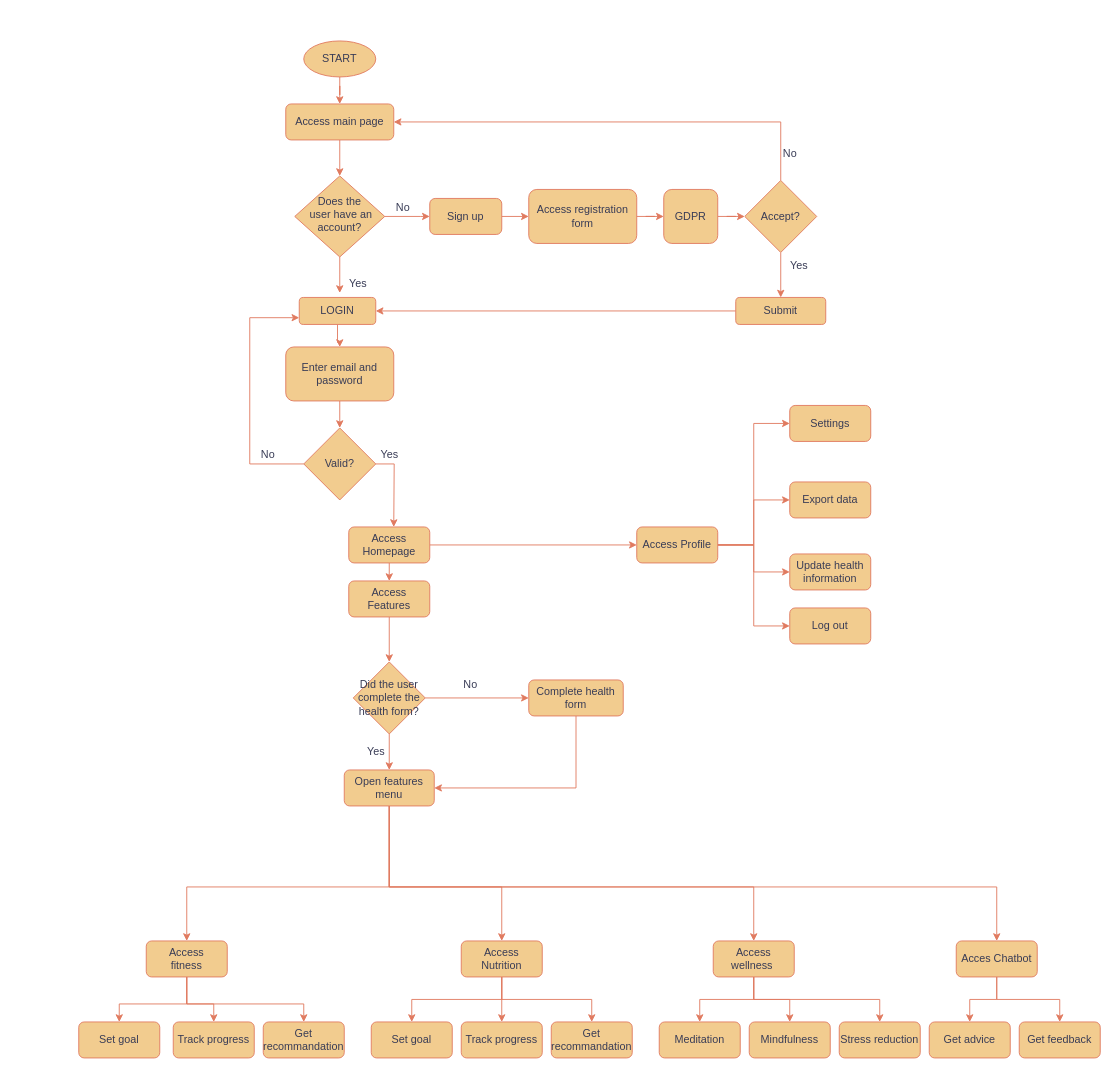
Above: Untitled Diagram.drawio in MihalacheDiana/IP2023 (draw.io), before the change. Source tidied: cells renumbered, new cells numbered last; positions are measured from the earlier drawing's top-left corner, leaving out a move shared by most shapes. Both pictures are drawn from the tidied source at 90%, with x=0, y=0 at pixel (78, 40).
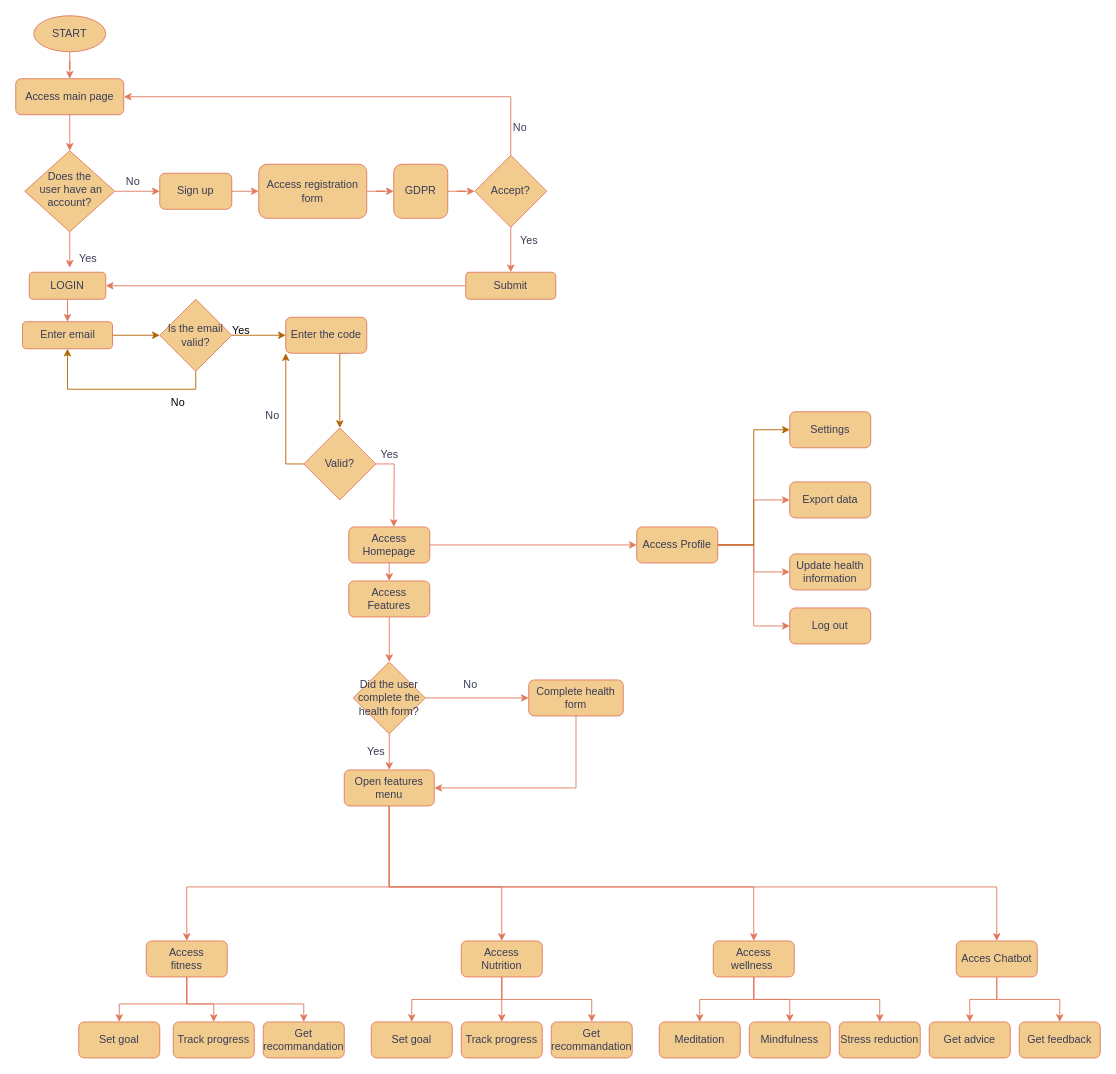
Above is the later version.

Commit message:
User flow M4.drawio

Unchanged cells that the change refers to:
```xml
<mxCell id="23" value="Valid?" style="rhombus;whiteSpace=wrap;html=1;labelBackgroundColor=none;fillColor=#F2CC8F;strokeColor=#E07A5F;fontColor=#393C56;" parent="1" vertex="1">
  <mxGeometry x="250" y="430" width="80" height="80" as="geometry" />
</mxCell>
<mxCell id="39" value="Access Profile" style="rounded=1;whiteSpace=wrap;html=1;labelBackgroundColor=none;fillColor=#F2CC8F;strokeColor=#E07A5F;fontColor=#393C56;" parent="1" vertex="1">
  <mxGeometry x="620" y="540" width="90" height="40" as="geometry" />
</mxCell>
```

The edit, as a diff of the source:
```diff
@@
     <mxCell id="3" value="Access main page" style="rounded=1;whiteSpace=wrap;html=1;fontSize=12;glass=0;strokeWidth=1;shadow=0;labelBackgroundColor=none;fillColor=#F2CC8F;strokeColor=#E07A5F;fontColor=#393C56;" parent="1" vertex="1">
-      <mxGeometry x="230" y="70" width="120" height="40" as="geometry" />
+      <mxGeometry x="-70" y="42" width="120" height="40" as="geometry" />
     </mxCell>
     <mxCell id="4" style="edgeStyle=orthogonalEdgeStyle;rounded=0;jettySize=auto;html=1;labelBackgroundColor=none;strokeColor=#E07A5F;fontColor=default;" parent="1" edge="1" source="6">
       <mxGeometry relative="1" as="geometry">
-        <mxPoint x="290" y="280" as="targetPoint" />
+        <mxPoint x="-10" y="252" as="targetPoint" />
       </mxGeometry>
     </mxCell>
     <mxCell id="5" style="edgeStyle=orthogonalEdgeStyle;rounded=0;jettySize=auto;html=1;labelBackgroundColor=none;strokeColor=#E07A5F;fontColor=default;" parent="1" edge="1" source="6" target="8">
       <mxGeometry relative="1" as="geometry">
         <Array as="points">
-          <mxPoint x="380" y="195" />
-          <mxPoint x="380" y="195" />
+          <mxPoint x="80" y="167" />
+          <mxPoint x="80" y="167" />
         </Array>
       </mxGeometry>
     </mxCell>
     <mxCell id="6" value="Does the&lt;br&gt;&amp;nbsp;user have an account?" style="rhombus;whiteSpace=wrap;html=1;shadow=0;fontFamily=Helvetica;fontSize=12;align=center;strokeWidth=1;spacing=6;spacingTop=-4;labelBackgroundColor=none;fillColor=#F2CC8F;strokeColor=#E07A5F;fontColor=#393C56;" parent="1" vertex="1">
-      <mxGeometry x="240" y="150" width="100" height="90" as="geometry" />
+      <mxGeometry x="-60" y="122" width="100" height="90" as="geometry" />
     </mxCell>
     <mxCell id="7" style="edgeStyle=orthogonalEdgeStyle;rounded=0;jettySize=auto;html=1;labelBackgroundColor=none;strokeColor=#E07A5F;fontColor=default;" parent="1" edge="1" source="8" target="12">
       <mxGeometry relative="1" as="geometry">
         <Array as="points">
-          <mxPoint x="500" y="195" />
-          <mxPoint x="500" y="195" />
+          <mxPoint x="200" y="167" />
+          <mxPoint x="200" y="167" />
         </Array>
       </mxGeometry>
     </mxCell>
     <mxCell id="8" value="Sign up" style="rounded=1;whiteSpace=wrap;html=1;fontSize=12;glass=0;strokeWidth=1;shadow=0;labelBackgroundColor=none;fillColor=#F2CC8F;strokeColor=#E07A5F;fontColor=#393C56;" parent="1" vertex="1">
-      <mxGeometry x="390" y="175" width="80" height="40" as="geometry" />
+      <mxGeometry x="90" y="147" width="80" height="40" as="geometry" />
     </mxCell>
@@
     <mxCell id="10" value="START" style="ellipse;whiteSpace=wrap;html=1;labelBackgroundColor=none;fillColor=#F2CC8F;strokeColor=#E07A5F;fontColor=#393C56;" parent="1" vertex="1">
-      <mxGeometry x="250" width="80" height="40" as="geometry" />
+      <mxGeometry x="-50" y="-28" width="80" height="40" as="geometry" />
     </mxCell>
@@
     <mxCell id="12" value="Access registration form" style="whiteSpace=wrap;html=1;rounded=1;glass=0;strokeWidth=1;shadow=0;labelBackgroundColor=none;fillColor=#F2CC8F;strokeColor=#E07A5F;fontColor=#393C56;" parent="1" vertex="1">
-      <mxGeometry x="500" y="165" width="120" height="60" as="geometry" />
+      <mxGeometry x="200" y="137" width="120" height="60" as="geometry" />
     </mxCell>
     <mxCell id="13" value="No" style="text;html=1;align=center;verticalAlign=middle;strokeColor=none;fillColor=none;labelBackgroundColor=none;fontColor=#393C56;" parent="1" vertex="1">
-      <mxGeometry x="340" y="170" width="40" height="30" as="geometry" />
+      <mxGeometry x="40" y="142" width="40" height="30" as="geometry" />
     </mxCell>
     <mxCell id="14" value="Yes" style="text;html=1;align=center;verticalAlign=middle;strokeColor=none;fillColor=none;labelBackgroundColor=none;fontColor=#393C56;" parent="1" vertex="1">
-      <mxGeometry x="290" y="255" width="40" height="30" as="geometry" />
+      <mxGeometry x="-10" y="227" width="40" height="30" as="geometry" />
     </mxCell>
@@
     <mxCell id="16" value="GDPR" style="whiteSpace=wrap;html=1;rounded=1;glass=0;strokeWidth=1;shadow=0;labelBackgroundColor=none;fillColor=#F2CC8F;strokeColor=#E07A5F;fontColor=#393C56;" parent="1" vertex="1">
-      <mxGeometry x="650" y="165" width="60" height="60" as="geometry" />
+      <mxGeometry x="350" y="137" width="60" height="60" as="geometry" />
     </mxCell>
@@
     <mxCell id="18" value="LOGIN" style="rounded=1;whiteSpace=wrap;html=1;labelBackgroundColor=none;fillColor=#F2CC8F;strokeColor=#E07A5F;fontColor=#393C56;" parent="1" vertex="1">
-      <mxGeometry x="245" y="285" width="85" height="30" as="geometry" />
+      <mxGeometry x="-55" y="257" width="85" height="30" as="geometry" />
     </mxCell>
-    <mxCell id="19" style="edgeStyle=orthogonalEdgeStyle;rounded=0;jettySize=auto;html=1;labelBackgroundColor=none;strokeColor=#E07A5F;fontColor=default;" parent="1" edge="1" source="20">
-      <mxGeometry relative="1" as="geometry">
-        <mxPoint x="290" y="430" as="targetPoint" />
-      </mxGeometry>
-    </mxCell>
+    <mxCell id="87" style="edgeStyle=orthogonalEdgeStyle;rounded=0;jettySize=auto;html=1;exitX=1;exitY=0.5;exitDx=0;exitDy=0;entryX=0;entryY=0.5;entryDx=0;entryDy=0;fillColor=#fad7ac;strokeColor=#b46504;" parent="1" edge="1" source="20" target="91">
+      <mxGeometry relative="1" as="geometry">
+        <Array as="points">
+          <mxPoint x="80" y="327" />
+        </Array>
+      </mxGeometry>
+    </mxCell>
-    <mxCell id="20" value="Enter email and password" style="whiteSpace=wrap;html=1;rounded=1;labelBackgroundColor=none;fillColor=#F2CC8F;strokeColor=#E07A5F;fontColor=#393C56;" parent="1" vertex="1">
-      <mxGeometry x="230" y="340" width="120" height="60" as="geometry" />
+    <mxCell id="20" value="Enter email" style="whiteSpace=wrap;html=1;rounded=1;labelBackgroundColor=none;fillColor=#F2CC8F;strokeColor=#E07A5F;fontColor=#393C56;" parent="1" vertex="1">
+      <mxGeometry x="-62.5" y="312" width="100" height="30" as="geometry" />
     </mxCell>
-    <mxCell id="21" style="edgeStyle=orthogonalEdgeStyle;rounded=0;jettySize=auto;html=1;entryX=0;entryY=0.75;entryDx=0;entryDy=0;labelBackgroundColor=none;strokeColor=#E07A5F;fontColor=default;" parent="1" edge="1" source="23" target="18">
-      <mxGeometry relative="1" as="geometry">
-        <Array as="points">
-          <mxPoint x="190" y="470" />
-          <mxPoint x="190" y="308" />
-        </Array>
-      </mxGeometry>
-    </mxCell>
@@
+    <mxCell id="88" style="edgeStyle=orthogonalEdgeStyle;rounded=0;jettySize=auto;html=1;exitX=0;exitY=0.5;exitDx=0;exitDy=0;entryX=0;entryY=1;entryDx=0;entryDy=0;fillColor=#fad7ac;strokeColor=#b46504;" parent="1" edge="1" source="23" target="93">
+      <mxGeometry relative="1" as="geometry" />
+    </mxCell>
@@
     <mxCell id="24" value="No" style="text;html=1;align=center;verticalAlign=middle;strokeColor=none;fillColor=none;labelBackgroundColor=none;fontColor=#393C56;" parent="1" vertex="1">
-      <mxGeometry x="190" y="445" width="40" height="30" as="geometry" />
+      <mxGeometry x="195" y="402" width="40" height="30" as="geometry" />
     </mxCell>
@@
     <mxCell id="26" style="edgeStyle=orthogonalEdgeStyle;rounded=0;jettySize=auto;html=1;exitX=0.5;exitY=0;exitDx=0;exitDy=0;entryX=1;entryY=0.5;entryDx=0;entryDy=0;labelBackgroundColor=none;strokeColor=#E07A5F;fontColor=default;" parent="1" edge="1" source="28" target="3">
       <mxGeometry relative="1" as="geometry">
         <Array as="points">
-          <mxPoint x="780" y="90" />
+          <mxPoint x="480" y="62" />
         </Array>
       </mxGeometry>
     </mxCell>
@@
     <mxCell id="28" value="Accept?" style="rhombus;whiteSpace=wrap;html=1;rounded=0;glass=0;strokeWidth=1;shadow=0;labelBackgroundColor=none;fillColor=#F2CC8F;strokeColor=#E07A5F;fontColor=#393C56;" parent="1" vertex="1">
-      <mxGeometry x="740" y="155" width="80" height="80" as="geometry" />
+      <mxGeometry x="440" y="127" width="80" height="80" as="geometry" />
     </mxCell>
     <mxCell id="29" value="No" style="text;html=1;align=center;verticalAlign=middle;strokeColor=none;fillColor=none;labelBackgroundColor=none;fontColor=#393C56;" parent="1" vertex="1">
-      <mxGeometry x="770" y="110" width="40" height="30" as="geometry" />
+      <mxGeometry x="470" y="82" width="40" height="30" as="geometry" />
     </mxCell>
@@
     <mxCell id="31" value="Submit" style="rounded=1;whiteSpace=wrap;html=1;glass=0;strokeWidth=1;shadow=0;labelBackgroundColor=none;fillColor=#F2CC8F;strokeColor=#E07A5F;fontColor=#393C56;" parent="1" vertex="1">
-      <mxGeometry x="730" y="285" width="100" height="30" as="geometry" />
+      <mxGeometry x="430" y="257" width="100" height="30" as="geometry" />
     </mxCell>
@@
-    <mxCell id="35" style="edgeStyle=orthogonalEdgeStyle;rounded=0;jettySize=auto;html=1;exitX=1;exitY=0.5;exitDx=0;exitDy=0;entryX=0;entryY=0.5;entryDx=0;entryDy=0;strokeColor=#E07A5F;fontColor=#393C56;fillColor=#F2CC8F;" parent="1" edge="1" source="39" target="70">
-      <mxGeometry relative="1" as="geometry" />
-    </mxCell>
@@
+    <mxCell id="35" style="edgeStyle=orthogonalEdgeStyle;rounded=0;jettySize=auto;html=1;exitX=1;exitY=0.5;exitDx=0;exitDy=0;entryX=0;entryY=0.5;entryDx=0;entryDy=0;fillColor=#fad7ac;strokeColor=#b46504;" parent="1" edge="1" source="39" target="70">
+      <mxGeometry relative="1" as="geometry" />
+    </mxCell>
@@
     <mxCell id="70" value="Settings" style="rounded=1;whiteSpace=wrap;html=1;labelBackgroundColor=none;fillColor=#F2CC8F;strokeColor=#E07A5F;fontColor=#393C56;" parent="1" vertex="1">
-      <mxGeometry x="790" y="405" width="90" height="40" as="geometry" />
+      <mxGeometry x="790" y="412" width="90" height="40" as="geometry" />
     </mxCell>
@@
     <mxCell id="72" value="Yes" style="text;html=1;align=center;verticalAlign=middle;strokeColor=none;fillColor=none;fontColor=#393C56;" parent="1" vertex="1">
-      <mxGeometry x="780" y="235" width="40" height="30" as="geometry" />
+      <mxGeometry x="480" y="207" width="40" height="30" as="geometry" />
     </mxCell>
@@
+    <mxCell id="89" style="edgeStyle=orthogonalEdgeStyle;rounded=0;jettySize=auto;html=1;exitX=1;exitY=0.5;exitDx=0;exitDy=0;entryX=0;entryY=0.5;entryDx=0;entryDy=0;fillColor=#fad7ac;strokeColor=#b46504;" parent="1" edge="1" source="91" target="93">
+      <mxGeometry relative="1" as="geometry" />
+    </mxCell>
+    <mxCell id="90" style="edgeStyle=orthogonalEdgeStyle;rounded=0;jettySize=auto;html=1;exitX=0.5;exitY=1;exitDx=0;exitDy=0;entryX=0.5;entryY=1;entryDx=0;entryDy=0;fillColor=#fad7ac;strokeColor=#b46504;" parent="1" edge="1" source="91" target="20">
+      <mxGeometry relative="1" as="geometry" />
+    </mxCell>
+    <mxCell id="91" value="Is the email valid?" style="rhombus;whiteSpace=wrap;html=1;labelBackgroundColor=none;fillColor=#F2CC8F;strokeColor=#E07A5F;fontColor=#393C56;" parent="1" vertex="1">
+      <mxGeometry x="90" y="287" width="80" height="80" as="geometry" />
+    </mxCell>
+    <mxCell id="92" style="edgeStyle=orthogonalEdgeStyle;rounded=0;jettySize=auto;html=1;exitX=0.75;exitY=1;exitDx=0;exitDy=0;entryX=0.5;entryY=0;entryDx=0;entryDy=0;fillColor=#fad7ac;strokeColor=#b46504;" parent="1" edge="1" source="93" target="23">
+      <mxGeometry relative="1" as="geometry">
+        <Array as="points">
+          <mxPoint x="290" y="347" />
+        </Array>
+      </mxGeometry>
+    </mxCell>
+    <mxCell id="93" value="Enter the code" style="rounded=1;whiteSpace=wrap;html=1;labelBackgroundColor=none;fillColor=#F2CC8F;strokeColor=#E07A5F;fontColor=#393C56;" parent="1" vertex="1">
+      <mxGeometry x="230" y="307" width="90" height="40" as="geometry" />
+    </mxCell>
+    <mxCell id="94" value="Yes" style="text;html=1;align=center;verticalAlign=middle;strokeColor=none;fillColor=none;" parent="1" vertex="1">
+      <mxGeometry x="160" y="307" width="40" height="30" as="geometry" />
+    </mxCell>
+    <mxCell id="95" value="No" style="text;html=1;align=center;verticalAlign=middle;strokeColor=none;fillColor=none;" parent="1" vertex="1">
+      <mxGeometry x="90" y="387" width="40" height="30" as="geometry" />
+    </mxCell>
```
